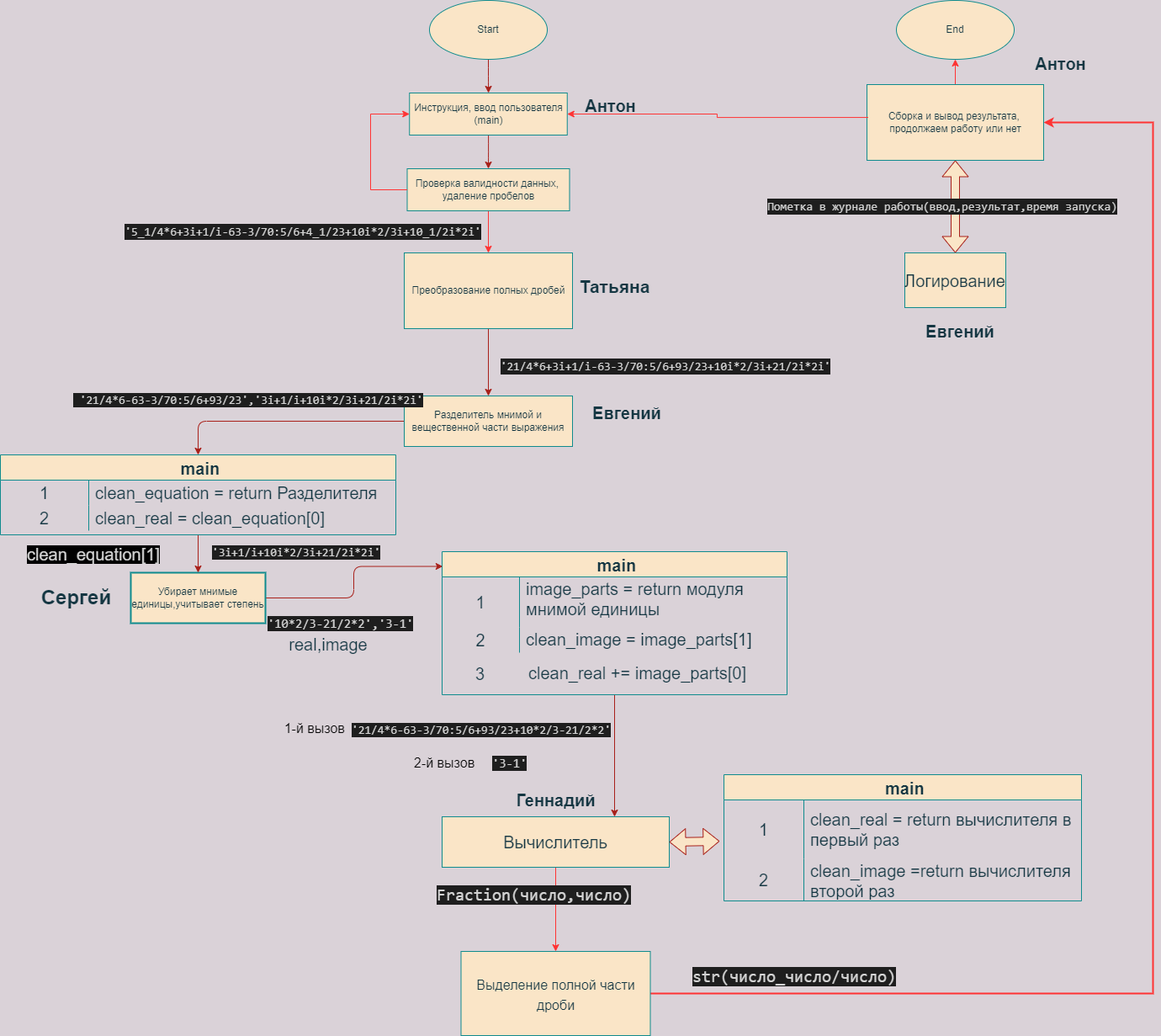
Earlier version of the draw.io export calculator/Meeting3.png (ImyaKhoroshee/Study_Projects_Echo). Source tidied: cells renumbered, new cells last; positions are measured from the earlier drawing's top-left corner, leaving out a move shared by most shapes.
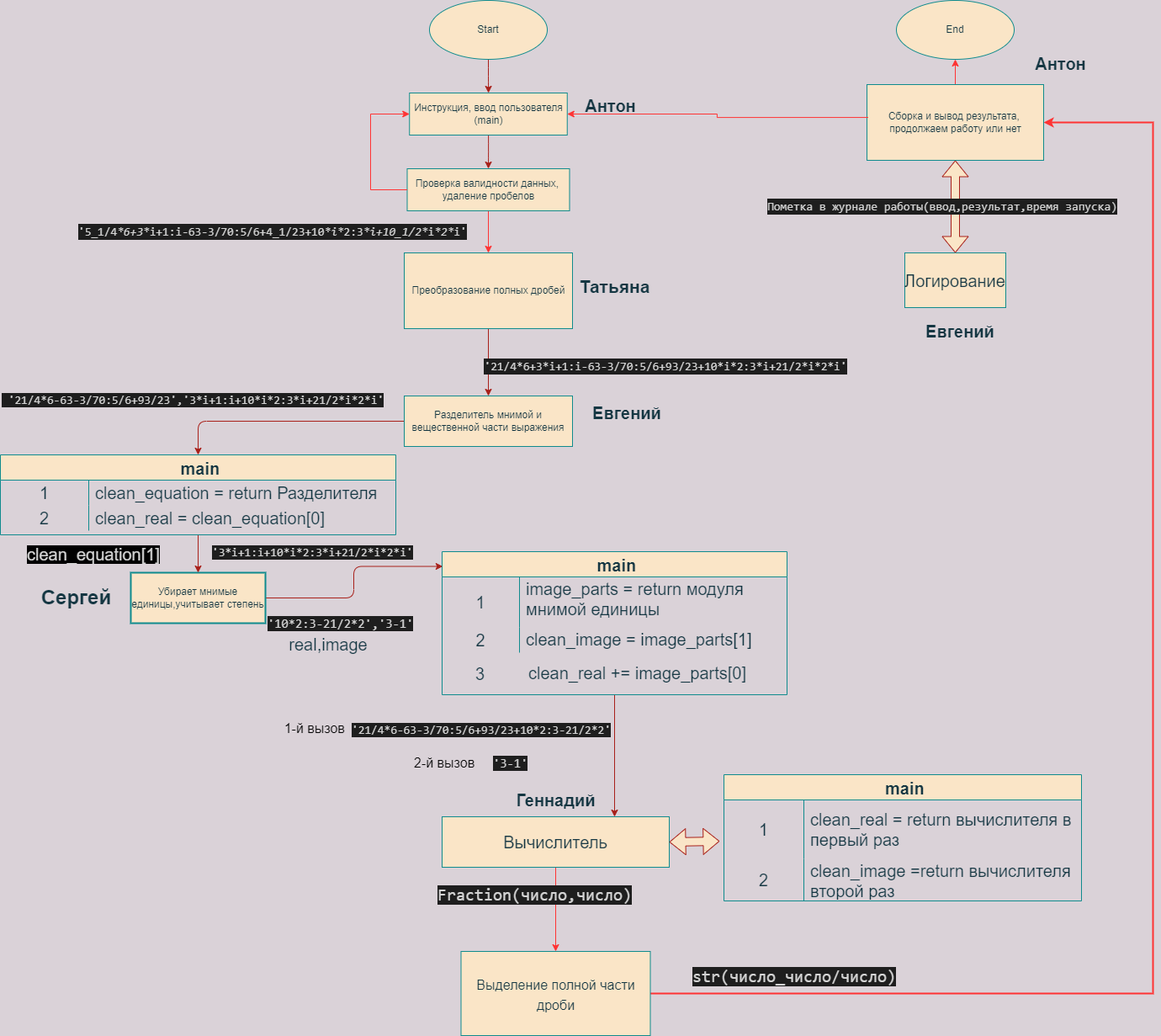
The same diagram one commit later.

The edit, as a diff of the source:
```diff
@@ -20,9 +20,6 @@
     <mxCell id="7" value="Преобразование полных дробей" style="html=1;rounded=0;sketch=0;fontColor=#143642;strokeColor=#0F8B8D;fillColor=#FAE5C7;" parent="1" vertex="1">
       <mxGeometry x="480" y="300" width="200" height="90" as="geometry" />
     </mxCell>
-    <mxCell id="8" value="&lt;div style=&quot;color: rgb(212, 212, 212); background-color: rgb(30, 30, 30); font-family: Consolas, &amp;quot;Courier New&amp;quot;, monospace; font-size: 14px; line-height: 19px;&quot;&gt;&lt;div style=&quot;line-height: 19px;&quot;&gt;'5_1/4*6+3i+1/i-63-3/70:5/6+4_1/23+10i*2/3i+10_1/2i*2i'&lt;/div&gt;&lt;/div&gt;" style="text;html=1;strokeColor=none;fillColor=none;align=center;verticalAlign=middle;whiteSpace=wrap;rounded=0;sketch=0;fontColor=#143642;" parent="1" vertex="1">
-      <mxGeometry x="130" y="260" width="460" height="30" as="geometry" />
-    </mxCell>
     <mxCell id="9" style="edgeStyle=orthogonalEdgeStyle;curved=0;rounded=1;sketch=0;jettySize=auto;html=1;fontColor=#143642;strokeColor=#A8201A;fillColor=#FAE5C7;" parent="1" edge="1" source="10" target="30">
       <mxGeometry relative="1" as="geometry" />
     </mxCell>
@@ -38,8 +35,8 @@
     <mxCell id="13" value="Убирает мнимые единицы,учитывает степень" style="rounded=0;whiteSpace=wrap;html=1;sketch=0;fontColor=#143642;strokeColor=#0F8B8D;fillColor=#FAE5C7;strokeWidth=2;" parent="1" vertex="1">
       <mxGeometry x="155" y="680" width="160" height="60" as="geometry" />
     </mxCell>
-    <mxCell id="14" value="&lt;font style=&quot;font-size: 14px;&quot;&gt;&lt;span style=&quot;color: rgb(212, 212, 212); font-family: Consolas, &amp;quot;Courier New&amp;quot;, monospace; font-variant-ligatures: normal; font-variant-caps: normal; font-weight: 400; letter-spacing: normal; orphans: 2; text-align: center; text-indent: 0px; text-transform: none; widows: 2; word-spacing: 0px; -webkit-text-stroke-width: 0px; background-color: rgb(30, 30, 30); text-decoration-thickness: initial; text-decoration-style: initial; text-decoration-color: initial; float: none; display: inline !important;&quot;&gt;&lt;font style=&quot;font-size: 14px;&quot;&gt;&amp;nbsp;'21/4*6-63-3/70:5/6+93/23','3i+1/i+&lt;/font&gt;&lt;/span&gt;&lt;span style=&quot;color: rgb(212, 212, 212); font-family: Consolas, &amp;quot;Courier New&amp;quot;, monospace; text-align: center; background-color: rgb(30, 30, 30);&quot;&gt;&lt;font style=&quot;font-size: 14px;&quot;&gt;10i*&lt;/font&gt;&lt;/span&gt;&lt;span style=&quot;color: rgb(212, 212, 212); font-family: Consolas, &amp;quot;Courier New&amp;quot;, monospace; text-align: center; background-color: rgb(30, 30, 30);&quot;&gt;2/3i+21/2i*2i'&lt;/span&gt;&lt;/font&gt;" style="text;whiteSpace=wrap;html=1;fontColor=#143642;" parent="1" vertex="1">
-      <mxGeometry x="85" y="460" width="460" height="60" as="geometry" />
+    <mxCell id="14" value="&lt;font style=&quot;font-size: 14px&quot;&gt;&lt;span style=&quot;color: rgb(212 , 212 , 212) ; font-family: &amp;#34;consolas&amp;#34; , &amp;#34;courier new&amp;#34; , monospace ; font-weight: 400 ; letter-spacing: normal ; text-align: center ; text-indent: 0px ; text-transform: none ; word-spacing: 0px ; background-color: rgb(30 , 30 , 30) ; float: none ; display: inline&quot;&gt;&lt;font style=&quot;font-size: 14px&quot;&gt;&amp;nbsp;'21/4*6-63-3/70:5/6+93/23','3*i+1:i+&lt;/font&gt;&lt;/span&gt;&lt;span style=&quot;color: rgb(212 , 212 , 212) ; font-family: &amp;#34;consolas&amp;#34; , &amp;#34;courier new&amp;#34; , monospace ; text-align: center ; background-color: rgb(30 , 30 , 30)&quot;&gt;&lt;font style=&quot;font-size: 14px&quot;&gt;10*i*&lt;/font&gt;&lt;/span&gt;&lt;span style=&quot;color: rgb(212 , 212 , 212) ; font-family: &amp;#34;consolas&amp;#34; , &amp;#34;courier new&amp;#34; , monospace ; text-align: center ; background-color: rgb(30 , 30 , 30)&quot;&gt;2:3*i+21/2*i*2*i'&lt;/span&gt;&lt;/font&gt;" style="text;whiteSpace=wrap;html=1;fontColor=#143642;" parent="1" vertex="1">
+      <mxGeometry y="460" width="460" height="60" as="geometry" />
     </mxCell>
     <mxCell id="15" style="edgeStyle=orthogonalEdgeStyle;rounded=0;jettySize=auto;html=1;fontSize=21;fontColor=#000000;strokeColor=#FF3333;entryX=1;entryY=0.5;entryDx=0;entryDy=0;strokeWidth=2;" parent="1" edge="1" source="16" target="65">
       <mxGeometry relative="1" as="geometry">
@@ -61,7 +58,7 @@
     <mxCell id="19" value="Вычислитель" style="rounded=0;whiteSpace=wrap;html=1;sketch=0;fontSize=20;fontColor=#143642;strokeColor=#0F8B8D;fillColor=#FAE5C7;" parent="1" vertex="1">
       <mxGeometry x="525" y="970" width="270" height="60" as="geometry" />
     </mxCell>
-    <mxCell id="20" value="&lt;span style=&quot;font-size: 14px; color: rgb(212, 212, 212); font-family: Consolas, &amp;quot;Courier New&amp;quot;, monospace; text-align: center; background-color: rgb(30, 30, 30);&quot;&gt;'3i+1/i+&lt;/span&gt;&lt;span style=&quot;font-size: 14px; color: rgb(212, 212, 212); font-family: Consolas, &amp;quot;Courier New&amp;quot;, monospace; text-align: center; background-color: rgb(30, 30, 30);&quot;&gt;10i*&lt;/span&gt;&lt;span style=&quot;font-size: 14px; color: rgb(212, 212, 212); font-family: Consolas, &amp;quot;Courier New&amp;quot;, monospace; text-align: center; background-color: rgb(30, 30, 30);&quot;&gt;2/3i+21/2i*2i'&lt;/span&gt;" style="text;whiteSpace=wrap;html=1;fontSize=20;fontColor=#143642;" parent="1" vertex="1">
+    <mxCell id="20" value="&lt;span style=&quot;font-size: 14px ; color: rgb(212 , 212 , 212) ; font-family: &amp;#34;consolas&amp;#34; , &amp;#34;courier new&amp;#34; , monospace ; text-align: center ; background-color: rgb(30 , 30 , 30)&quot;&gt;'3*i+1:i+&lt;/span&gt;&lt;span style=&quot;font-size: 14px ; color: rgb(212 , 212 , 212) ; font-family: &amp;#34;consolas&amp;#34; , &amp;#34;courier new&amp;#34; , monospace ; text-align: center ; background-color: rgb(30 , 30 , 30)&quot;&gt;10*i*&lt;/span&gt;&lt;span style=&quot;font-size: 14px ; color: rgb(212 , 212 , 212) ; font-family: &amp;#34;consolas&amp;#34; , &amp;#34;courier new&amp;#34; , monospace ; text-align: center ; background-color: rgb(30 , 30 , 30)&quot;&gt;2:3*i+21/2*i*2*i'&lt;/span&gt;" style="text;whiteSpace=wrap;html=1;fontSize=20;fontColor=#143642;" parent="1" vertex="1">
       <mxGeometry x="250" y="635" width="180" height="40" as="geometry" />
     </mxCell>
     <mxCell id="21" value="&lt;b&gt;Геннадий&lt;/b&gt;" style="text;html=1;align=center;verticalAlign=middle;strokeColor=none;fillColor=none;fontSize=20;fontColor=#143642;" parent="1" vertex="1">
@@ -82,7 +79,7 @@
     <mxCell id="26" value="Сергей" style="text;strokeColor=none;fillColor=none;html=1;fontSize=24;fontStyle=1;verticalAlign=middle;align=center;rounded=0;sketch=0;fontColor=#143642;" parent="1" vertex="1">
       <mxGeometry x="40" y="690" width="100" height="40" as="geometry" />
     </mxCell>
-    <mxCell id="27" value="&lt;font style=&quot;font-size: 15px;&quot;&gt;&lt;span style=&quot;color: rgb(212, 212, 212); font-family: Consolas, &amp;quot;Courier New&amp;quot;, monospace; font-style: normal; font-variant-ligatures: normal; font-variant-caps: normal; font-weight: 400; letter-spacing: normal; orphans: 2; text-align: center; text-indent: 0px; text-transform: none; widows: 2; word-spacing: 0px; -webkit-text-stroke-width: 0px; background-color: rgb(30, 30, 30); text-decoration-thickness: initial; text-decoration-style: initial; text-decoration-color: initial; float: none; display: inline !important;&quot;&gt;'10*2/3-21/2*2','&lt;/span&gt;&lt;span style=&quot;color: rgb(212, 212, 212); font-family: Consolas, &amp;quot;Courier New&amp;quot;, monospace; text-align: center; background-color: rgb(30, 30, 30);&quot;&gt;3-1'&lt;/span&gt;&lt;/font&gt;" style="text;whiteSpace=wrap;html=1;fontSize=20;fontColor=#143642;" parent="1" vertex="1">
+    <mxCell id="27" value="&lt;font style=&quot;font-size: 15px&quot;&gt;&lt;span style=&quot;color: rgb(212 , 212 , 212) ; font-family: &amp;#34;consolas&amp;#34; , &amp;#34;courier new&amp;#34; , monospace ; font-style: normal ; font-weight: 400 ; letter-spacing: normal ; text-align: center ; text-indent: 0px ; text-transform: none ; word-spacing: 0px ; background-color: rgb(30 , 30 , 30) ; float: none ; display: inline&quot;&gt;'10*2:3-21/2*2','&lt;/span&gt;&lt;span style=&quot;color: rgb(212 , 212 , 212) ; font-family: &amp;#34;consolas&amp;#34; , &amp;#34;courier new&amp;#34; , monospace ; text-align: center ; background-color: rgb(30 , 30 , 30)&quot;&gt;3-1'&lt;/span&gt;&lt;/font&gt;" style="text;whiteSpace=wrap;html=1;fontSize=20;fontColor=#143642;" parent="1" vertex="1">
       <mxGeometry x="316" y="720" width="205" height="40" as="geometry" />
     </mxCell>
     <mxCell id="28" value="real,image" style="text;html=1;strokeColor=none;fillColor=none;align=center;verticalAlign=middle;whiteSpace=wrap;rounded=0;sketch=0;fontSize=20;fontColor=#143642;" parent="1" vertex="1">
@@ -174,7 +171,7 @@
     <mxCell id="56" value="Проверка валидности данных, &lt;br&gt;удаление пробелов" style="html=1;rounded=0;sketch=0;fontColor=#143642;strokeColor=#0F8B8D;fillColor=#FAE5C7;" parent="1" vertex="1">
       <mxGeometry x="483.5" y="200" width="193" height="50" as="geometry" />
     </mxCell>
-    <mxCell id="57" value="&lt;div style=&quot;color: rgb(212, 212, 212); background-color: rgb(30, 30, 30); font-family: Consolas, &amp;quot;Courier New&amp;quot;, monospace; font-size: 14px; line-height: 19px;&quot;&gt;&lt;div style=&quot;line-height: 19px;&quot;&gt;'21/4*6+3i+1/i-63-3/70:5/6+93/23+10i*2/3i+21/2i*2i'&lt;/div&gt;&lt;/div&gt;" style="text;html=1;strokeColor=none;fillColor=none;align=center;verticalAlign=middle;whiteSpace=wrap;rounded=0;sketch=0;fontColor=#143642;" parent="1" vertex="1">
+    <mxCell id="57" value="&lt;div style=&quot;color: rgb(212 , 212 , 212) ; background-color: rgb(30 , 30 , 30) ; font-family: &amp;#34;consolas&amp;#34; , &amp;#34;courier new&amp;#34; , monospace ; font-size: 14px ; line-height: 19px&quot;&gt;&lt;div style=&quot;line-height: 19px&quot;&gt;'21/4*6+3*i+1:i-63-3/70:5/6+93/23+10*i*2:3*i+21/2*i*2*i'&lt;/div&gt;&lt;/div&gt;" style="text;html=1;strokeColor=none;fillColor=none;align=center;verticalAlign=middle;whiteSpace=wrap;rounded=0;sketch=0;fontColor=#143642;" parent="1" vertex="1">
       <mxGeometry x="560.5" y="420" width="460" height="30" as="geometry" />
     </mxCell>
     <mxCell id="58" value="&lt;font style=&quot;font-size: 15px;&quot;&gt;&lt;span style=&quot;font-style: normal; font-variant-ligatures: normal; font-variant-caps: normal; font-weight: 400; letter-spacing: normal; orphans: 2; text-indent: 0px; text-transform: none; widows: 2; word-spacing: 0px; -webkit-text-stroke-width: 0px; text-decoration-thickness: initial; text-decoration-style: initial; text-decoration-color: initial; color: rgb(212, 212, 212); font-family: Consolas, &amp;quot;Courier New&amp;quot;, monospace; text-align: center; background-color: rgb(30, 30, 30); float: none; display: inline !important;&quot;&gt;'&lt;/span&gt;&lt;span style=&quot;font-style: normal; font-variant-ligatures: normal; font-variant-caps: normal; font-weight: 400; letter-spacing: normal; orphans: 2; text-indent: 0px; text-transform: none; widows: 2; word-spacing: 0px; -webkit-text-stroke-width: 0px; text-decoration-thickness: initial; text-decoration-style: initial; text-decoration-color: initial; color: rgb(212, 212, 212); font-family: Consolas, &amp;quot;Courier New&amp;quot;, monospace; text-align: center; background-color: rgb(30, 30, 30);&quot;&gt;3-1'&lt;/span&gt;&lt;/font&gt;" style="text;whiteSpace=wrap;html=1;fontSize=16;fontColor=#D4D4D4;" parent="1" vertex="1">
@@ -189,7 +186,7 @@
     <mxCell id="61" value="&lt;div style=&quot;text-align: center;&quot;&gt;&lt;font face=&quot;consolas, courier new, monospace&quot; color=&quot;#d4d4d4&quot;&gt;&lt;span style=&quot;font-size: 20px; background-color: rgb(30, 30, 30);&quot;&gt;Fraction(число,число)&lt;/span&gt;&lt;/font&gt;&lt;/div&gt;" style="text;whiteSpace=wrap;html=1;fontSize=16;fontColor=#000000;" parent="1" vertex="1">
       <mxGeometry x="517.5" y="1045" width="140" height="40" as="geometry" />
     </mxCell>
-    <mxCell id="62" value="&lt;span style=&quot;color: rgb(212, 212, 212); font-family: Consolas, &amp;quot;Courier New&amp;quot;, monospace; font-style: normal; font-variant-ligatures: normal; font-variant-caps: normal; font-weight: 400; letter-spacing: normal; orphans: 2; text-align: center; text-indent: 0px; text-transform: none; widows: 2; word-spacing: 0px; -webkit-text-stroke-width: 0px; background-color: rgb(30, 30, 30); text-decoration-thickness: initial; text-decoration-style: initial; text-decoration-color: initial; float: none; display: inline !important; font-size: 14px;&quot;&gt;'21/4*6-63-3/70:5/6+93/23+&lt;span style=&quot;&quot;&gt;10*2/3-21/2*2'&lt;/span&gt;&lt;br&gt;&lt;/span&gt;" style="text;whiteSpace=wrap;html=1;fontSize=16;fontColor=#000000;" parent="1" vertex="1">
+    <mxCell id="62" value="&lt;span style=&quot;color: rgb(212 , 212 , 212) ; font-family: &amp;#34;consolas&amp;#34; , &amp;#34;courier new&amp;#34; , monospace ; font-style: normal ; font-weight: 400 ; letter-spacing: normal ; text-align: center ; text-indent: 0px ; text-transform: none ; word-spacing: 0px ; background-color: rgb(30 , 30 , 30) ; float: none ; display: inline ; font-size: 14px&quot;&gt;'21/4*6-63-3/70:5/6+93/23+&lt;span&gt;10*2:3-21/2*2'&lt;/span&gt;&lt;br&gt;&lt;/span&gt;" style="text;whiteSpace=wrap;html=1;fontSize=16;fontColor=#000000;" parent="1" vertex="1">
       <mxGeometry x="416" y="850" width="405" height="40" as="geometry" />
     </mxCell>
     <mxCell id="63" value="&lt;span style=&quot;color: rgb(212, 212, 212); font-family: consolas, &amp;quot;courier new&amp;quot;, monospace; font-size: 20px; font-style: normal; font-variant-ligatures: normal; font-variant-caps: normal; font-weight: 400; letter-spacing: normal; orphans: 2; text-align: center; text-indent: 0px; text-transform: none; widows: 2; word-spacing: 0px; -webkit-text-stroke-width: 0px; background-color: rgb(30, 30, 30); text-decoration-thickness: initial; text-decoration-style: initial; text-decoration-color: initial; float: none; display: inline !important;&quot;&gt;str(число_число/число)&lt;/span&gt;" style="text;whiteSpace=wrap;html=1;fontSize=21;fontColor=#000000;" parent="1" vertex="1">
@@ -224,5 +221,8 @@
     <mxCell id="71" value="&lt;b&gt;Евгений&lt;/b&gt;" style="text;html=1;strokeColor=none;fillColor=none;align=center;verticalAlign=middle;whiteSpace=wrap;rounded=0;sketch=0;fontSize=20;fontColor=#143642;" parent="1" vertex="1">
       <mxGeometry x="1081" y="380" width="120" height="25" as="geometry" />
     </mxCell>
+    <mxCell id="72" value="&lt;br&gt;&lt;br&gt;&lt;div style=&quot;color: rgb(212 , 212 , 212) ; background-color: rgb(30 , 30 , 30) ; font-family: &amp;#34;consolas&amp;#34; , &amp;#34;courier new&amp;#34; , monospace ; font-weight: normal ; font-size: 14px ; line-height: 19px&quot;&gt;&lt;div&gt;&lt;span style=&quot;color: #d4d4d4&quot;&gt;'5_1/4&lt;/span&gt;&lt;span style=&quot;color: #d4d4d4 ; font-style: italic&quot;&gt;*6+3*&lt;/span&gt;&lt;span style=&quot;color: #d4d4d4&quot;&gt;i+1:i-63-3/70:5/6+4_1/23+10&lt;/span&gt;&lt;span style=&quot;color: #d4d4d4 ; font-style: italic&quot;&gt;*i*&lt;/span&gt;&lt;span style=&quot;color: #d4d4d4&quot;&gt;2:3&lt;/span&gt;&lt;span style=&quot;color: #d4d4d4 ; font-style: italic&quot;&gt;*i+10_1/2*&lt;/span&gt;&lt;span style=&quot;color: #d4d4d4&quot;&gt;i&lt;/span&gt;&lt;span style=&quot;color: #d4d4d4 ; font-style: italic&quot;&gt;*2*&lt;/span&gt;&lt;span style=&quot;color: #d4d4d4&quot;&gt;i'&lt;/span&gt;&lt;/div&gt;&lt;/div&gt;&lt;br&gt;" style="text;whiteSpace=wrap;html=1;" parent="1" vertex="1">
+      <mxGeometry x="90.5" y="230" width="470" height="30" as="geometry" />
+    </mxCell>
   </root>
 </mxGraphModel>
```
